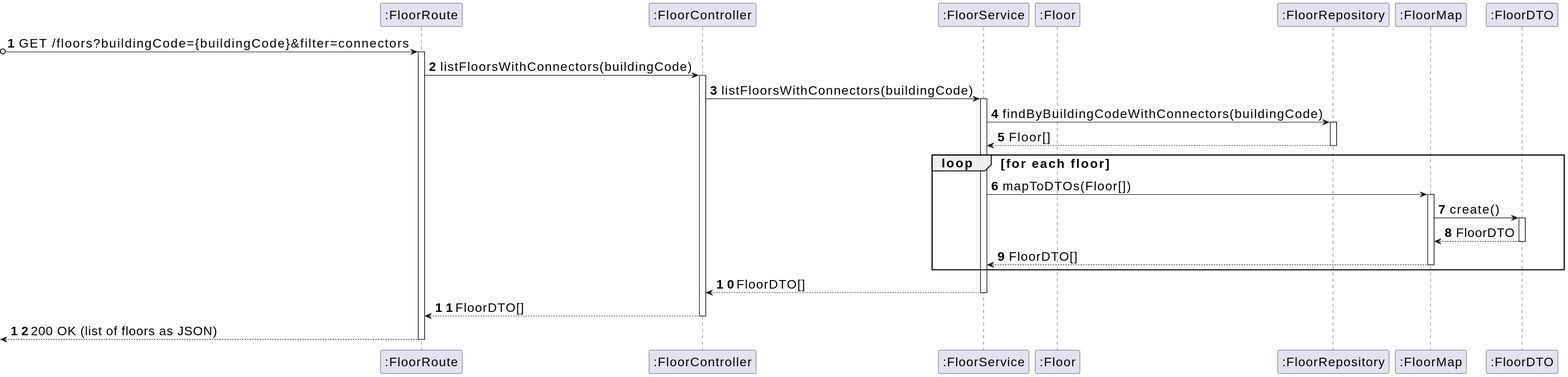
Above: _wiki/sprint-a/us08-220/views/level-3/assets/us08-level3_processes.svg in miseEnPlace-dev/lapr5 (PlantUML), before the change.
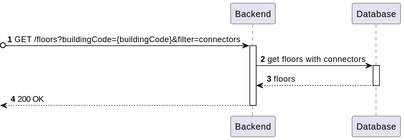
After the commit.

Commit message:
docs(220): updated level 3 process view

The edit, as a diff of the source:
```diff
@@ -1,52 +1,19 @@
-@startuml
-skinparamlocked defaultFontSize 20
+@startuml us08-level3_processes
 autonumber
 
-participant ROUTE as ":FloorRoute"
-participant CTRL as ":FloorController"
-participant SVC as ":FloorService"
-participant E as ":Floor"
-participant REPO as ":FloorRepository"
-participant FMAP as ":FloorMap"
-participant DTO as ":FloorDTO"
+participant BE as "Backend"
+participant DB as "Database"
 
-?o-> ROUTE : GET /floors?buildingCode={buildingCode}&filter=connectors
-activate ROUTE
+?o-> BE : GET /floors?buildingCode={buildingCode}&filter=connectors
+activate BE
 
-  ROUTE -> CTRL : listFloorsWithConnectors(buildingCode)
-  activate CTRL
+BE -> DB : get floors with connectors
+activate DB
 
-    CTRL -> SVC : listFloorsWithConnectors(buildingCode)
-    activate SVC
+BE <-- DB : floors
+deactivate DB
 
-      SVC -> REPO : findByBuildingCodeWithConnectors(buildingCode)
-      activate REPO
+<-- BE : 200 OK
+deactivate BE
 
-      REPO --> SVC : Floor[]
-      deactivate REPO
-
-      loop for each floor
-
-        SVC -> FMAP : mapToDTOs(Floor[])
-        activate FMAP
-
-          FMAP -> DTO : create()
-          activate DTO
-
-          DTO --> FMAP : FloorDTO
-          deactivate DTO
-
-        FMAP --> SVC : FloorDTO[]
-        deactivate FMAP
-
-      end
-
-    CTRL <-- SVC : FloorDTO[]
-    deactivate SVC
-
-  ROUTE <-- CTRL : FloorDTO[]
-  deactivate CTRL
-
-<-- ROUTE : 200 OK (list of floors as JSON)
-deactivate ROUTE
 @enduml
```
